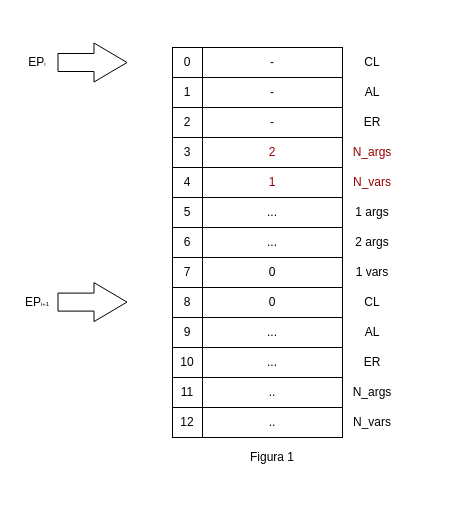
Before: page "Page-1" (1 of 3) of diagramas/Registo.drawio in Tiago-Matinho/LP, a draw.io diagram. Source tidied: cells renumbered, new cells numbered last; positions are measured from the earlier drawing's top-left corner, leaving out a move shared by most shapes. Both pictures are drawn from the tidied source at 100%, with x=0, y=0 at pixel (17, 47).
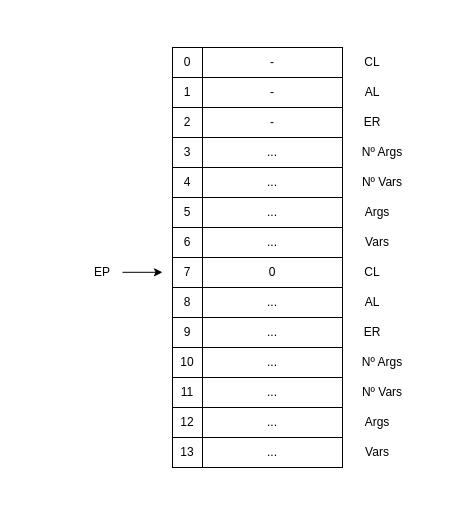
Above is the later version.

Change to the diagram source:
```diff
@@
+    <mxCell id="46" style="rounded=0;whiteSpace=wrap;html=1;strokeColor=none;" parent="1" vertex="1">
+      <mxGeometry x="70" y="-30" width="370" height="480" as="geometry" />
+    </mxCell>
@@
-    <mxCell id="17" value="&lt;font color=&quot;#990000&quot;&gt;2&lt;/font&gt;" style="rounded=0;whiteSpace=wrap;html=1;" parent="1" vertex="1">
+    <mxCell id="17" value="..." style="rounded=0;whiteSpace=wrap;html=1;" parent="1" vertex="1">
       <mxGeometry x="185" y="90" width="140" height="30" as="geometry" />
     </mxCell>
-    <mxCell id="18" value="&lt;font color=&quot;#990000&quot;&gt;1&lt;/font&gt;" style="rounded=0;whiteSpace=wrap;html=1;" parent="1" vertex="1">
+    <mxCell id="18" value="..." style="rounded=0;whiteSpace=wrap;html=1;" parent="1" vertex="1">
       <mxGeometry x="185" y="120" width="140" height="30" as="geometry" />
     </mxCell>
@@
-    <mxCell id="22" value="0" style="rounded=0;whiteSpace=wrap;html=1;" parent="1" vertex="1">
+    <mxCell id="22" value="..." style="rounded=0;whiteSpace=wrap;html=1;" parent="1" vertex="1">
       <mxGeometry x="185" y="240" width="140" height="30" as="geometry" />
     </mxCell>
@@
-    <mxCell id="25" value=".." style="rounded=0;whiteSpace=wrap;html=1;" parent="1" vertex="1">
+    <mxCell id="25" value="..." style="rounded=0;whiteSpace=wrap;html=1;" parent="1" vertex="1">
       <mxGeometry x="185" y="330" width="140" height="30" as="geometry" />
     </mxCell>
@@
-    <mxCell id="29" value="1 args" style="text;html=1;strokeColor=none;fillColor=none;align=center;verticalAlign=middle;whiteSpace=wrap;rounded=0;" parent="1" vertex="1">
-      <mxGeometry x="335" y="155" width="40" height="20" as="geometry" />
-    </mxCell>
-    <mxCell id="30" value="1 vars" style="text;html=1;strokeColor=none;fillColor=none;align=center;verticalAlign=middle;whiteSpace=wrap;rounded=0;" parent="1" vertex="1">
-      <mxGeometry x="335" y="215" width="40" height="20" as="geometry" />
-    </mxCell>
-    <mxCell id="31" style="shape=flexArrow;endArrow=classic;html=1;width=18;endSize=10.67;" parent="1" edge="1">
-      <mxGeometry relative="1" as="geometry">
-        <mxPoint x="40" y="15" as="sourcePoint" />
-        <mxPoint x="110" y="15" as="targetPoint" />
-      </mxGeometry>
-    </mxCell>
-    <mxCell id="32" value="EP&lt;font style=&quot;font-size: 6px&quot;&gt;i&lt;/font&gt;" style="text;html=1;strokeColor=none;fillColor=none;align=center;verticalAlign=middle;whiteSpace=wrap;rounded=0;" parent="1" vertex="1">
-      <mxGeometry y="5" width="40" height="20" as="geometry" />
+    <mxCell id="32" value="EP" style="text;html=1;strokeColor=none;fillColor=none;align=center;verticalAlign=middle;whiteSpace=wrap;rounded=0;" parent="1" vertex="1">
+      <mxGeometry x="65" y="215" width="40" height="20" as="geometry" />
     </mxCell>
-    <mxCell id="33" value="2 args" style="text;html=1;strokeColor=none;fillColor=none;align=center;verticalAlign=middle;whiteSpace=wrap;rounded=0;" parent="1" vertex="1">
-      <mxGeometry x="335" y="185" width="40" height="20" as="geometry" />
-    </mxCell>
+    <mxCell id="43" value="12" style="rounded=0;whiteSpace=wrap;html=1;" parent="1" vertex="1">
+      <mxGeometry x="155" y="360" width="30" height="30" as="geometry" />
+    </mxCell>
+    <mxCell id="44" value="..." style="rounded=0;whiteSpace=wrap;html=1;" parent="1" vertex="1">
+      <mxGeometry x="185" y="360" width="140" height="30" as="geometry" />
+    </mxCell>
+    <mxCell id="47" value="Nº Args" style="text;html=1;strokeColor=none;fillColor=none;align=center;verticalAlign=middle;whiteSpace=wrap;rounded=0;" parent="1" vertex="1">
+      <mxGeometry x="335" y="95" width="60" height="20" as="geometry" />
+    </mxCell>
+    <mxCell id="48" value="Nº Vars" style="text;html=1;strokeColor=none;fillColor=none;align=center;verticalAlign=middle;whiteSpace=wrap;rounded=0;" parent="1" vertex="1">
+      <mxGeometry x="335" y="125" width="60" height="20" as="geometry" />
+    </mxCell>
+    <mxCell id="49" value="Args" style="text;html=1;strokeColor=none;fillColor=none;align=center;verticalAlign=middle;whiteSpace=wrap;rounded=0;" parent="1" vertex="1">
+      <mxGeometry x="335" y="155" width="50" height="20" as="geometry" />
+    </mxCell>
+    <mxCell id="50" value="Vars" style="text;html=1;strokeColor=none;fillColor=none;align=center;verticalAlign=middle;whiteSpace=wrap;rounded=0;" parent="1" vertex="1">
+      <mxGeometry x="335" y="185" width="50" height="20" as="geometry" />
+    </mxCell>
     <mxCell id="34" value="CL" style="text;html=1;strokeColor=none;fillColor=none;align=center;verticalAlign=middle;whiteSpace=wrap;rounded=0;" parent="1" vertex="1">
-      <mxGeometry x="335" y="245" width="40" height="20" as="geometry" />
+      <mxGeometry x="335" y="215" width="40" height="20" as="geometry" />
     </mxCell>
     <mxCell id="35" value="AL" style="text;html=1;strokeColor=none;fillColor=none;align=center;verticalAlign=middle;whiteSpace=wrap;rounded=0;" parent="1" vertex="1">
-      <mxGeometry x="335" y="275" width="40" height="20" as="geometry" />
+      <mxGeometry x="335" y="245" width="40" height="20" as="geometry" />
     </mxCell>
     <mxCell id="36" value="ER" style="text;html=1;strokeColor=none;fillColor=none;align=center;verticalAlign=middle;whiteSpace=wrap;rounded=0;" parent="1" vertex="1">
-      <mxGeometry x="335" y="305" width="40" height="20" as="geometry" />
+      <mxGeometry x="335" y="275" width="40" height="20" as="geometry" />
     </mxCell>
-    <mxCell id="37" value="&lt;font color=&quot;#990000&quot;&gt;N_args&lt;/font&gt;" style="text;html=1;strokeColor=none;fillColor=none;align=center;verticalAlign=middle;whiteSpace=wrap;rounded=0;" parent="1" vertex="1">
-      <mxGeometry x="335" y="95" width="40" height="20" as="geometry" />
-    </mxCell>
-    <mxCell id="38" value="N_args" style="text;html=1;strokeColor=none;fillColor=none;align=center;verticalAlign=middle;whiteSpace=wrap;rounded=0;" parent="1" vertex="1">
-      <mxGeometry x="335" y="335" width="40" height="20" as="geometry" />
-    </mxCell>
-    <mxCell id="39" value="N_vars" style="text;html=1;strokeColor=none;fillColor=none;align=center;verticalAlign=middle;whiteSpace=wrap;rounded=0;" parent="1" vertex="1">
-      <mxGeometry x="335" y="365" width="40" height="20" as="geometry" />
-    </mxCell>
-    <mxCell id="40" style="shape=flexArrow;endArrow=classic;html=1;width=18;endSize=10.67;" parent="1" edge="1">
-      <mxGeometry relative="1" as="geometry">
-        <mxPoint x="40" y="254.6" as="sourcePoint" />
-        <mxPoint x="110" y="254.6" as="targetPoint" />
-      </mxGeometry>
-    </mxCell>
-    <mxCell id="41" value="Figura 1" style="text;html=1;strokeColor=none;fillColor=none;align=center;verticalAlign=middle;whiteSpace=wrap;rounded=0;" parent="1" vertex="1">
-      <mxGeometry x="220" y="400" width="70" height="20" as="geometry" />
-    </mxCell>
-    <mxCell id="42" value="EP&lt;font style=&quot;font-size: 6px&quot;&gt;i+1&lt;/font&gt;" style="text;html=1;strokeColor=none;fillColor=none;align=center;verticalAlign=middle;whiteSpace=wrap;rounded=0;" parent="1" vertex="1">
-      <mxGeometry y="245" width="40" height="20" as="geometry" />
-    </mxCell>
-    <mxCell id="43" value="12" style="rounded=0;whiteSpace=wrap;html=1;" parent="1" vertex="1">
-      <mxGeometry x="155" y="360" width="30" height="30" as="geometry" />
-    </mxCell>
-    <mxCell id="44" value=".." style="rounded=0;whiteSpace=wrap;html=1;" parent="1" vertex="1">
-      <mxGeometry x="185" y="360" width="140" height="30" as="geometry" />
-    </mxCell>
-    <mxCell id="45" value="&lt;font color=&quot;#990000&quot;&gt;N_vars&lt;/font&gt;" style="text;html=1;strokeColor=none;fillColor=none;align=center;verticalAlign=middle;whiteSpace=wrap;rounded=0;" parent="1" vertex="1">
-      <mxGeometry x="335" y="125" width="40" height="20" as="geometry" />
-    </mxCell>
+    <mxCell id="51" value="Nº Args" style="text;html=1;strokeColor=none;fillColor=none;align=center;verticalAlign=middle;whiteSpace=wrap;rounded=0;" parent="1" vertex="1">
+      <mxGeometry x="335" y="305" width="60" height="20" as="geometry" />
+    </mxCell>
+    <mxCell id="52" value="Nº Vars" style="text;html=1;strokeColor=none;fillColor=none;align=center;verticalAlign=middle;whiteSpace=wrap;rounded=0;" parent="1" vertex="1">
+      <mxGeometry x="335" y="335" width="60" height="20" as="geometry" />
+    </mxCell>
+    <mxCell id="53" value="Args" style="text;html=1;strokeColor=none;fillColor=none;align=center;verticalAlign=middle;whiteSpace=wrap;rounded=0;" parent="1" vertex="1">
+      <mxGeometry x="335" y="365" width="50" height="20" as="geometry" />
+    </mxCell>
+    <mxCell id="54" value="Vars" style="text;html=1;strokeColor=none;fillColor=none;align=center;verticalAlign=middle;whiteSpace=wrap;rounded=0;" parent="1" vertex="1">
+      <mxGeometry x="335" y="395" width="50" height="20" as="geometry" />
+    </mxCell>
+    <mxCell id="55" value="13" style="rounded=0;whiteSpace=wrap;html=1;" parent="1" vertex="1">
+      <mxGeometry x="155" y="390" width="30" height="30" as="geometry" />
+    </mxCell>
+    <mxCell id="56" value="..." style="rounded=0;whiteSpace=wrap;html=1;" parent="1" vertex="1">
+      <mxGeometry x="185" y="390" width="140" height="30" as="geometry" />
+    </mxCell>
+    <mxCell id="57" style="endArrow=classic;html=1;" parent="1" edge="1">
+      <mxGeometry relative="1" as="geometry">
+        <mxPoint x="105" y="224.8" as="sourcePoint" />
+        <mxPoint x="145" y="224.8" as="targetPoint" />
+      </mxGeometry>
+    </mxCell>
```
